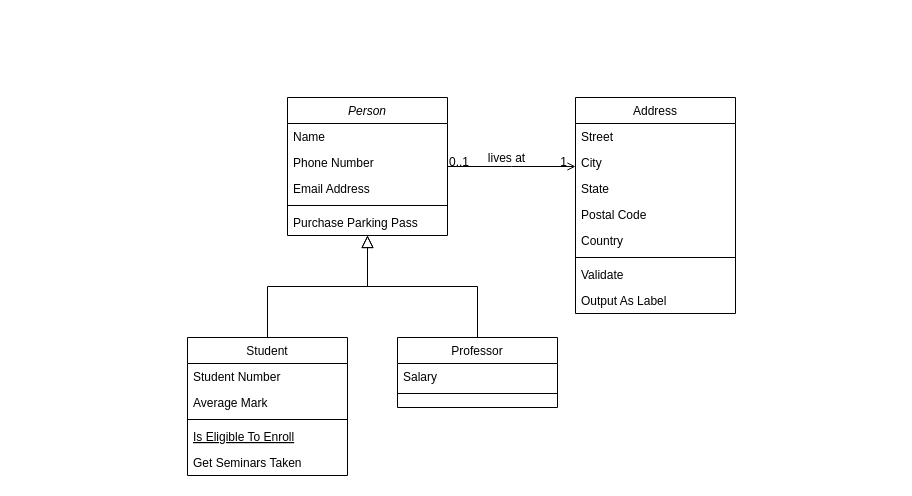
This is Untitled Diagram.drawio from DiggsPapu/HDT4, a draw.io file, before an edit. Source tidied: cells renumbered, new cells numbered last; positions are measured from the earlier drawing's top-left corner, leaving out a move shared by most shapes. Both pictures are drawn from the tidied source at 100%, with x=0, y=0 at pixel (187, 97).
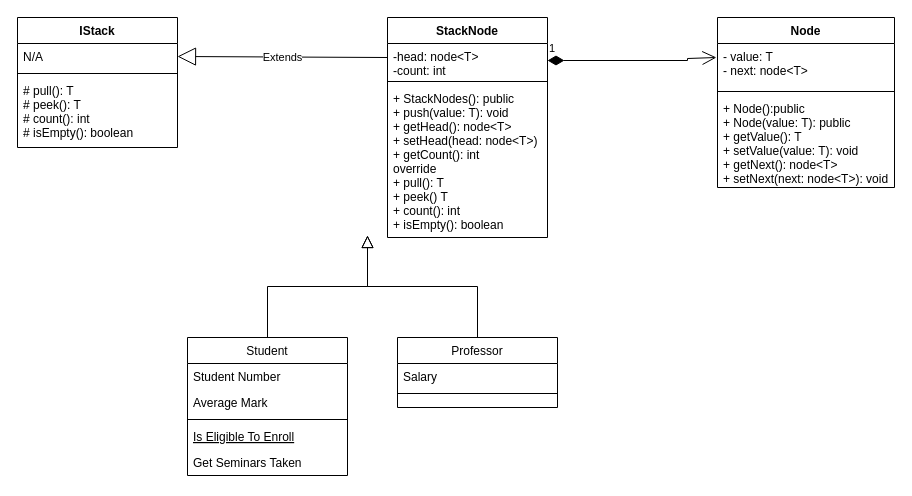
After the change.

Commit message:
ClassesDiagram-Stack

Unchanged cells that the change refers to:
```xml
<mxCell id="8" value="Student" style="swimlane;fontStyle=0;align=center;verticalAlign=top;horizontal=1;startSize=26;rounded=0;shadow=0;strokeWidth=1;" parent="1" vertex="1">
  <mxGeometry y="240" width="160" height="138" as="geometry" />
</mxCell>
<mxCell id="15" value="Professor" style="swimlane;fontStyle=0;align=center;verticalAlign=top;horizontal=1;startSize=26;rounded=0;shadow=0;strokeWidth=1;" parent="1" vertex="1">
  <mxGeometry x="210" y="240" width="160" height="70" as="geometry" />
</mxCell>
```

Change to the diagram source:
```diff
@@
-    <mxCell id="2" value="Person" style="swimlane;fontStyle=2;align=center;verticalAlign=top;horizontal=1;startSize=26;rounded=0;shadow=0;strokeWidth=1;" parent="1" vertex="1">
-      <mxGeometry x="100" width="160" height="138" as="geometry" />
-    </mxCell>
-    <mxCell id="3" value="Name" style="text;align=left;verticalAlign=top;spacingLeft=4;spacingRight=4;overflow=hidden;" parent="2" vertex="1">
-      <mxGeometry y="26" width="160" height="26" as="geometry" />
-    </mxCell>
-    <mxCell id="4" value="Phone Number" style="text;align=left;verticalAlign=top;spacingLeft=4;spacingRight=4;overflow=hidden;rounded=0;shadow=0;html=0;" parent="2" vertex="1">
-      <mxGeometry y="52" width="160" height="26" as="geometry" />
-    </mxCell>
-    <mxCell id="5" value="Email Address" style="text;align=left;verticalAlign=top;spacingLeft=4;spacingRight=4;overflow=hidden;rounded=0;shadow=0;html=0;" parent="2" vertex="1">
-      <mxGeometry y="78" width="160" height="26" as="geometry" />
-    </mxCell>
-    <mxCell id="6" style="line;html=1;strokeWidth=1;align=left;verticalAlign=middle;spacingTop=-1;spacingLeft=3;spacingRight=3;labelPosition=right;" parent="2" vertex="1">
-      <mxGeometry y="104" width="160" height="8" as="geometry" />
-    </mxCell>
-    <mxCell id="7" value="Purchase Parking Pass" style="text;align=left;verticalAlign=top;spacingLeft=4;spacingRight=4;overflow=hidden;" parent="2" vertex="1">
-      <mxGeometry y="112" width="160" height="26" as="geometry" />
-    </mxCell>
@@
-    <mxCell id="14" style="endArrow=block;endSize=10;endFill=0;shadow=0;strokeWidth=1;rounded=0;edgeStyle=elbowEdgeStyle;elbow=vertical;" parent="1" edge="1" source="8" target="2">
-      <mxGeometry relative="1" as="geometry" />
+    <mxCell id="14" style="endArrow=block;endSize=10;endFill=0;shadow=0;strokeWidth=1;rounded=0;edgeStyle=elbowEdgeStyle;elbow=vertical;" parent="1" edge="1" source="8">
+      <mxGeometry relative="1" as="geometry">
+        <mxPoint x="180" y="138" as="targetPoint" />
+      </mxGeometry>
     </mxCell>
@@
-    <mxCell id="18" style="endArrow=block;endSize=10;endFill=0;shadow=0;strokeWidth=1;rounded=0;edgeStyle=elbowEdgeStyle;elbow=vertical;" parent="1" edge="1" source="15" target="2">
-      <mxGeometry relative="1" as="geometry" />
+    <mxCell id="18" style="endArrow=block;endSize=10;endFill=0;shadow=0;strokeWidth=1;rounded=0;edgeStyle=elbowEdgeStyle;elbow=vertical;" parent="1" edge="1" source="15">
+      <mxGeometry relative="1" as="geometry">
+        <mxPoint x="180" y="138" as="targetPoint" />
+      </mxGeometry>
     </mxCell>
-    <mxCell id="19" value="Address" style="swimlane;fontStyle=0;align=center;verticalAlign=top;horizontal=1;startSize=26;rounded=0;shadow=0;strokeWidth=1;" parent="1" vertex="1">
-      <mxGeometry x="388" width="160" height="216" as="geometry" />
-    </mxCell>
-    <mxCell id="20" value="Street" style="text;align=left;verticalAlign=top;spacingLeft=4;spacingRight=4;overflow=hidden;" parent="19" vertex="1">
-      <mxGeometry y="26" width="160" height="26" as="geometry" />
-    </mxCell>
-    <mxCell id="21" value="City" style="text;align=left;verticalAlign=top;spacingLeft=4;spacingRight=4;overflow=hidden;rounded=0;shadow=0;html=0;" parent="19" vertex="1">
-      <mxGeometry y="52" width="160" height="26" as="geometry" />
-    </mxCell>
-    <mxCell id="22" value="State" style="text;align=left;verticalAlign=top;spacingLeft=4;spacingRight=4;overflow=hidden;rounded=0;shadow=0;html=0;" parent="19" vertex="1">
-      <mxGeometry y="78" width="160" height="26" as="geometry" />
-    </mxCell>
-    <mxCell id="23" value="Postal Code" style="text;align=left;verticalAlign=top;spacingLeft=4;spacingRight=4;overflow=hidden;rounded=0;shadow=0;html=0;" parent="19" vertex="1">
-      <mxGeometry y="104" width="160" height="26" as="geometry" />
-    </mxCell>
-    <mxCell id="24" value="Country" style="text;align=left;verticalAlign=top;spacingLeft=4;spacingRight=4;overflow=hidden;rounded=0;shadow=0;html=0;" parent="19" vertex="1">
-      <mxGeometry y="130" width="160" height="26" as="geometry" />
-    </mxCell>
-    <mxCell id="25" style="line;html=1;strokeWidth=1;align=left;verticalAlign=middle;spacingTop=-1;spacingLeft=3;spacingRight=3;labelPosition=right;" parent="19" vertex="1">
-      <mxGeometry y="156" width="160" height="8" as="geometry" />
-    </mxCell>
-    <mxCell id="26" value="Validate" style="text;align=left;verticalAlign=top;spacingLeft=4;spacingRight=4;overflow=hidden;" parent="19" vertex="1">
-      <mxGeometry y="164" width="160" height="26" as="geometry" />
-    </mxCell>
-    <mxCell id="27" value="Output As Label" style="text;align=left;verticalAlign=top;spacingLeft=4;spacingRight=4;overflow=hidden;" parent="19" vertex="1">
-      <mxGeometry y="190" width="160" height="26" as="geometry" />
-    </mxCell>
-    <mxCell id="28" style="endArrow=open;shadow=0;strokeWidth=1;rounded=0;endFill=1;edgeStyle=elbowEdgeStyle;elbow=vertical;" parent="1" edge="1" source="2" target="19">
-      <mxGeometry x="0.5" y="41" relative="1" as="geometry">
-        <mxPoint x="-40" y="32" as="offset" />
-      </mxGeometry>
-    </mxCell>
-    <mxCell id="29" value="0..1" style="align=left;verticalAlign=bottom;labelBackgroundColor=none;fontSize=12;" parent="28" vertex="1">
-      <mxGeometry x="-1" relative="1" as="geometry">
-        <mxPoint y="4" as="offset" />
-      </mxGeometry>
-    </mxCell>
+    <mxCell id="32" value="IStack" style="swimlane;fontStyle=1;align=center;verticalAlign=top;horizontal=1;startSize=26;" parent="1" vertex="1">
+      <mxGeometry x="-170" y="-80" width="160" height="130" as="geometry" />
+    </mxCell>
+    <mxCell id="33" value="N/A" style="text;strokeColor=none;fillColor=none;align=left;verticalAlign=top;spacingLeft=4;spacingRight=4;overflow=hidden;points=[[0,0.5],[1,0.5]];portConstraint=eastwest;" parent="32" vertex="1">
+      <mxGeometry y="26" width="160" height="26" as="geometry" />
+    </mxCell>
+    <mxCell id="34" style="line;strokeWidth=1;fillColor=none;align=left;verticalAlign=middle;spacingTop=-1;spacingLeft=3;spacingRight=3;labelPosition=right;" parent="32" vertex="1">
+      <mxGeometry y="52" width="160" height="8" as="geometry" />
+    </mxCell>
+    <mxCell id="35" value="# pull(): T&#10;# peek(): T&#10;# count(): int&#10;# isEmpty(): boolean " style="text;strokeColor=none;fillColor=none;align=left;verticalAlign=top;spacingLeft=4;spacingRight=4;overflow=hidden;" parent="32" vertex="1">
+      <mxGeometry y="60" width="160" height="70" as="geometry" />
+    </mxCell>
+    <mxCell id="36" value="StackNode" style="swimlane;fontStyle=1;align=center;verticalAlign=top;horizontal=1;startSize=26;" parent="1" vertex="1">
+      <mxGeometry x="200" y="-80" width="160" height="220" as="geometry" />
+    </mxCell>
+    <mxCell id="37" value="-head: node&lt;T&gt;&#10;-count: int" style="text;strokeColor=none;fillColor=none;align=left;verticalAlign=top;spacingLeft=4;spacingRight=4;overflow=hidden;points=[[0,0.5],[1,0.5]];portConstraint=eastwest;" parent="36" vertex="1">
+      <mxGeometry y="26" width="160" height="34" as="geometry" />
+    </mxCell>
+    <mxCell id="38" style="line;strokeWidth=1;fillColor=none;align=left;verticalAlign=middle;spacingTop=-1;spacingLeft=3;spacingRight=3;labelPosition=right;" parent="36" vertex="1">
+      <mxGeometry y="60" width="160" height="8" as="geometry" />
+    </mxCell>
+    <mxCell id="39" value="+ StackNodes(): public&#10;+ push(value: T): void&#10;+ getHead(): node&lt;T&gt;&#10;+ setHead(head: node&lt;T&gt;)&#10;+ getCount(): int&#10;override&#10;+ pull(): T&#10;+ peek() T&#10;+ count(): int&#10;+ isEmpty(): boolean" style="text;strokeColor=none;fillColor=none;align=left;verticalAlign=top;spacingLeft=4;spacingRight=4;overflow=hidden;" parent="36" vertex="1">
+      <mxGeometry y="68" width="160" height="152" as="geometry" />
+    </mxCell>
+    <mxCell id="40" value="Extends" style="endArrow=block;endSize=16;endFill=0;html=1;rounded=0;entryX=1;entryY=0.5;entryDx=0;entryDy=0;" parent="1" edge="1" target="33">
+      <mxGeometry relative="1" as="geometry">
+        <mxPoint x="200" y="-40" as="sourcePoint" />
+      </mxGeometry>
+    </mxCell>
+    <mxCell id="41" value="Node" style="swimlane;fontStyle=1;align=center;verticalAlign=top;horizontal=1;startSize=26;" parent="1" vertex="1">
+      <mxGeometry x="530" y="-80" width="177" height="170" as="geometry" />
+    </mxCell>
+    <mxCell id="42" value="- value: T&#10;- next: node&lt;T&gt;" style="text;strokeColor=none;fillColor=none;align=left;verticalAlign=top;spacingLeft=4;spacingRight=4;overflow=hidden;points=[[0,0.5],[1,0.5]];portConstraint=eastwest;" parent="41" vertex="1">
+      <mxGeometry y="26" width="177" height="44" as="geometry" />
+    </mxCell>
+    <mxCell id="43" style="line;strokeWidth=1;fillColor=none;align=left;verticalAlign=middle;spacingTop=-1;spacingLeft=3;spacingRight=3;labelPosition=right;" parent="41" vertex="1">
+      <mxGeometry y="70" width="177" height="8" as="geometry" />
+    </mxCell>
+    <mxCell id="44" value="+ Node():public&#10;+ Node(value: T): public&#10;+ getValue(): T&#10;+ setValue(value: T): void&#10;+ getNext(): node&lt;T&gt;&#10;+ setNext(next: node&lt;T&gt;): void" style="text;strokeColor=none;fillColor=none;align=left;verticalAlign=top;spacingLeft=4;spacingRight=4;overflow=hidden;" parent="41" vertex="1">
+      <mxGeometry y="78" width="177" height="92" as="geometry" />
+    </mxCell>
-    <mxCell id="30" value="1" style="align=right;verticalAlign=bottom;labelBackgroundColor=none;fontSize=12;" parent="28" vertex="1">
-      <mxGeometry x="1" relative="1" as="geometry">
-        <mxPoint x="-7" y="4" as="offset" />
+    <mxCell id="30" value="1" style="endArrow=open;html=1;endSize=12;startArrow=diamondThin;startSize=14;startFill=1;edgeStyle=orthogonalEdgeStyle;align=left;verticalAlign=bottom;rounded=0;exitX=1;exitY=0.5;exitDx=0;exitDy=0;entryX=-0.006;entryY=0.318;entryDx=0;entryDy=0;entryPerimeter=0;" parent="1" edge="1" source="37" target="42">
+      <mxGeometry x="-1" y="3" relative="1" as="geometry">
+        <Array as="points">
+          <mxPoint x="500" y="-37" />
+          <mxPoint x="500" y="-39" />
+        </Array>
       </mxGeometry>
     </mxCell>
-    <mxCell id="31" value="lives at" style="text;html=1;align=center;verticalAlign=middle;labelBackgroundColor=none;rounded=0;shadow=0;strokeWidth=1;fontSize=12;" parent="28" vertex="1">
-      <mxGeometry x="0.5" y="49" relative="1" as="geometry">
-        <mxPoint x="-38" y="40" as="offset" />
-      </mxGeometry>
-    </mxCell>
```
